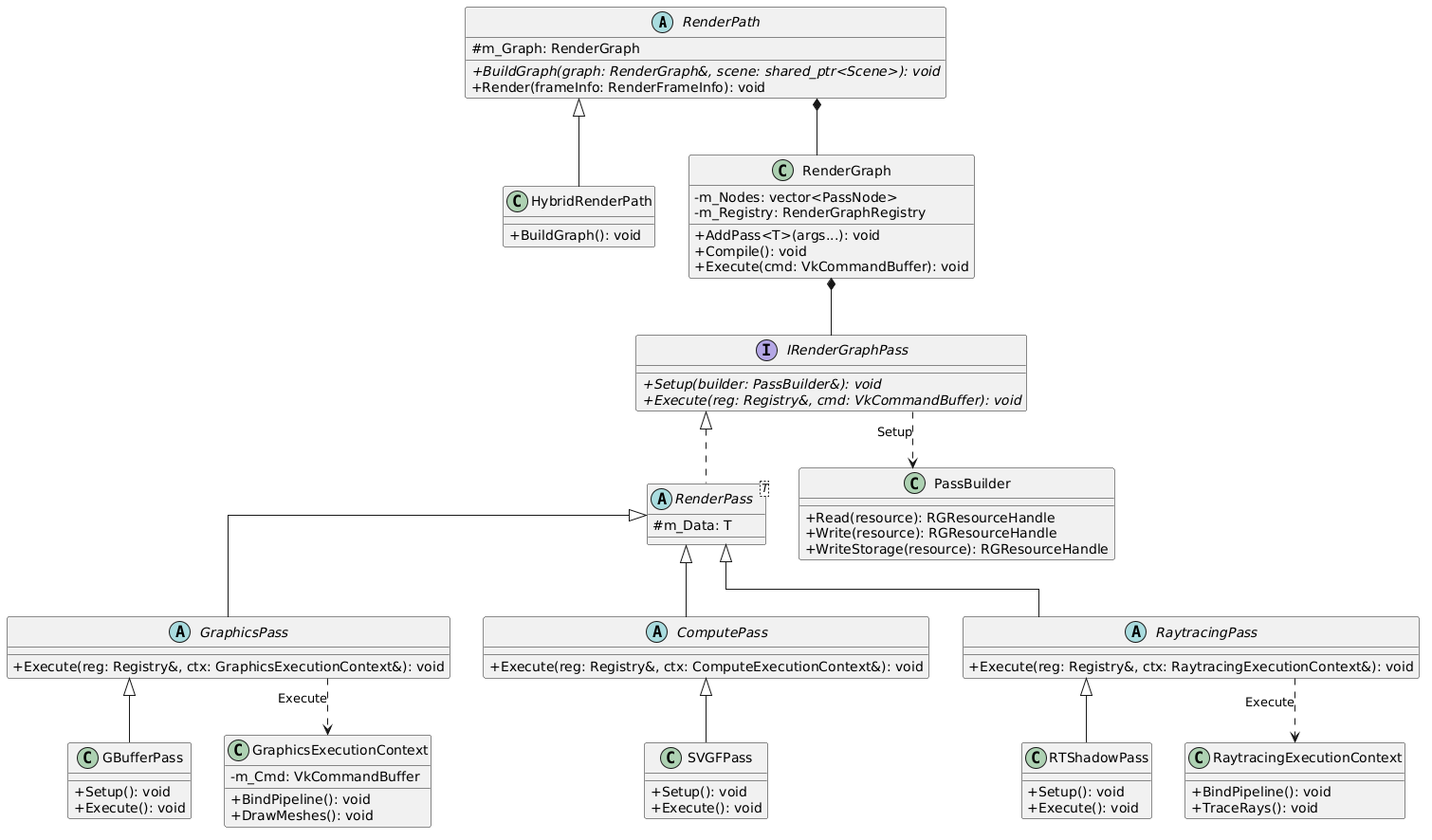
Earlier version of the PlantUML export figures/chapter3/rendergraph_engine_class_diagram.png (CadenXc/NMUExperiment).
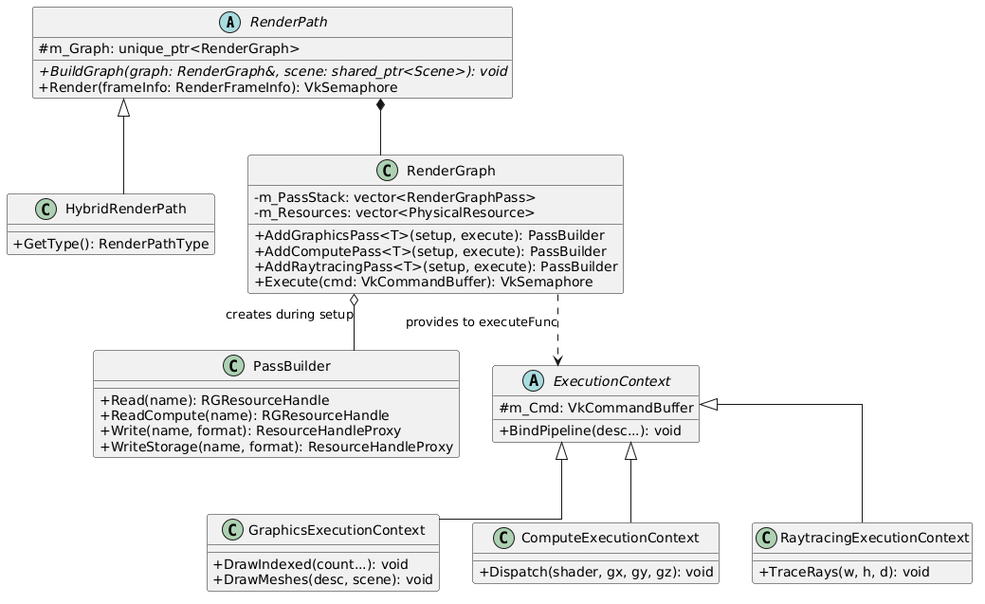
After the change.

What changed in the source:
```diff
@@ -3,90 +3,56 @@
 skinparam linetype ortho
 
 abstract class RenderPath {
-    # m_Graph: RenderGraph
+    # m_Graph: unique_ptr<RenderGraph>
     + {abstract} BuildGraph(graph: RenderGraph&, scene: shared_ptr<Scene>): void
-    + Render(frameInfo: RenderFrameInfo): void
+    + Render(frameInfo: RenderFrameInfo): VkSemaphore
 }
 
 class HybridRenderPath {
-    + BuildGraph(): void
+    + GetType(): RenderPathType
 }
 
 class RenderGraph {
-    - m_Nodes: vector<PassNode>
-    - m_Registry: RenderGraphRegistry
-    + AddPass<T>(args...): void
-    + Compile(): void
-    + Execute(cmd: VkCommandBuffer): void
-}
-
-interface IRenderGraphPass {
-    + {abstract} Setup(builder: PassBuilder&): void
-    + {abstract} Execute(reg: Registry&, cmd: VkCommandBuffer): void
-}
-
-abstract class "RenderPass<T>" as RenderPass_T {
-    # m_Data: T
-}
-
-abstract class GraphicsPass {
-    + Execute(reg: Registry&, ctx: GraphicsExecutionContext&): void
-}
-
-abstract class ComputePass {
-    + Execute(reg: Registry&, ctx: ComputeExecutionContext&): void
-}
-
-abstract class RaytracingPass {
-    + Execute(reg: Registry&, ctx: RaytracingExecutionContext&): void
-}
-
-class GBufferPass {
-    + Setup(): void
-    + Execute(): void
-}
-
-class RTShadowPass {
-    + Setup(): void
-    + Execute(): void
-}
-
-class SVGFPass {
-    + Setup(): void
-    + Execute(): void
+    - m_PassStack: vector<RenderGraphPass>
+    - m_Resources: vector<PhysicalResource>
+    + AddGraphicsPass<T>(setup, execute): PassBuilder
+    + AddComputePass<T>(setup, execute): PassBuilder
+    + AddRaytracingPass<T>(setup, execute): PassBuilder
+    + Execute(cmd: VkCommandBuffer): VkSemaphore
 }
 
 class PassBuilder {
-    + Read(resource): RGResourceHandle
-    + Write(resource): RGResourceHandle
-    + WriteStorage(resource): RGResourceHandle
+    + Read(name): RGResourceHandle
+    + ReadCompute(name): RGResourceHandle
+    + Write(name, format): ResourceHandleProxy
+    + WriteStorage(name, format): ResourceHandleProxy
+}
+
+abstract class ExecutionContext {
+    # m_Cmd: VkCommandBuffer
+    + BindPipeline(desc...): void
 }
 
 class GraphicsExecutionContext {
-    - m_Cmd: VkCommandBuffer
-    + BindPipeline(): void
-    + DrawMeshes(): void
+    + DrawIndexed(count...): void
+    + DrawMeshes(desc, scene): void
+}
+
+class ComputeExecutionContext {
+    + Dispatch(shader, gx, gy, gz): void
 }
 
 class RaytracingExecutionContext {
-    + BindPipeline(): void
-    + TraceRays(): void
+    + TraceRays(w, h, d): void
 }
 
 RenderPath <|-- HybridRenderPath
 RenderPath *-- RenderGraph
 
-IRenderGraphPass <|.. RenderPass_T
-RenderPass_T <|-- GraphicsPass
-RenderPass_T <|-- ComputePass
-RenderPass_T <|-- RaytracingPass
+RenderGraph o-- PassBuilder : "creates during setup"
+RenderGraph ..> ExecutionContext : "provides to executeFunc"
 
-GraphicsPass <|-- GBufferPass
-RaytracingPass <|-- RTShadowPass
-ComputePass <|-- SVGFPass
-
-RenderGraph *-- IRenderGraphPass
-IRenderGraphPass ..> PassBuilder : "Setup"
-GraphicsPass ..> GraphicsExecutionContext : "Execute"
-RaytracingPass ..> RaytracingExecutionContext : "Execute"
+ExecutionContext <|-- GraphicsExecutionContext
+ExecutionContext <|-- ComputeExecutionContext
+ExecutionContext <|-- RaytracingExecutionContext
 @enduml
```
